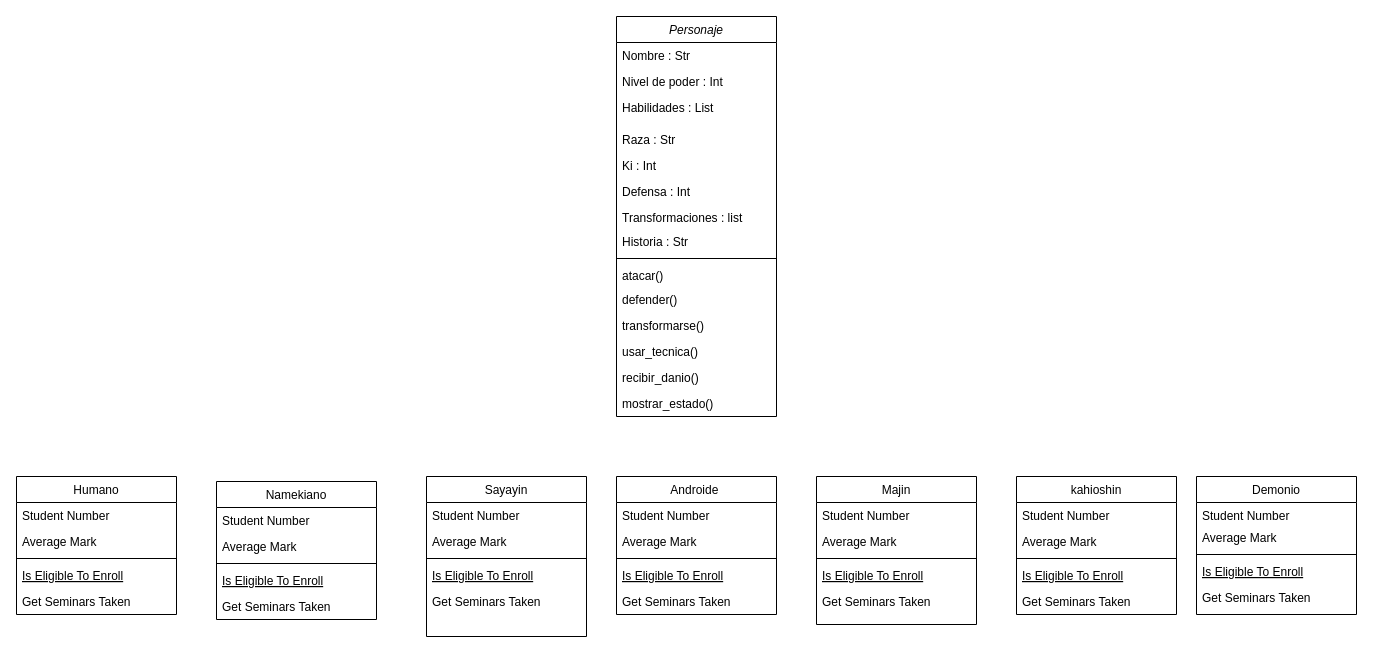
This is Diagrama de clases.drawio from MatyGonza/Trabajo-Practico-Estructura-de-datos, a draw.io file, before an edit. Source tidied: cells renumbered, new cells numbered last; positions are measured from the earlier drawing's top-left corner, leaving out a move shared by most shapes. Both pictures are drawn from the tidied source at 100%, with x=0, y=0 at pixel (16, 16).
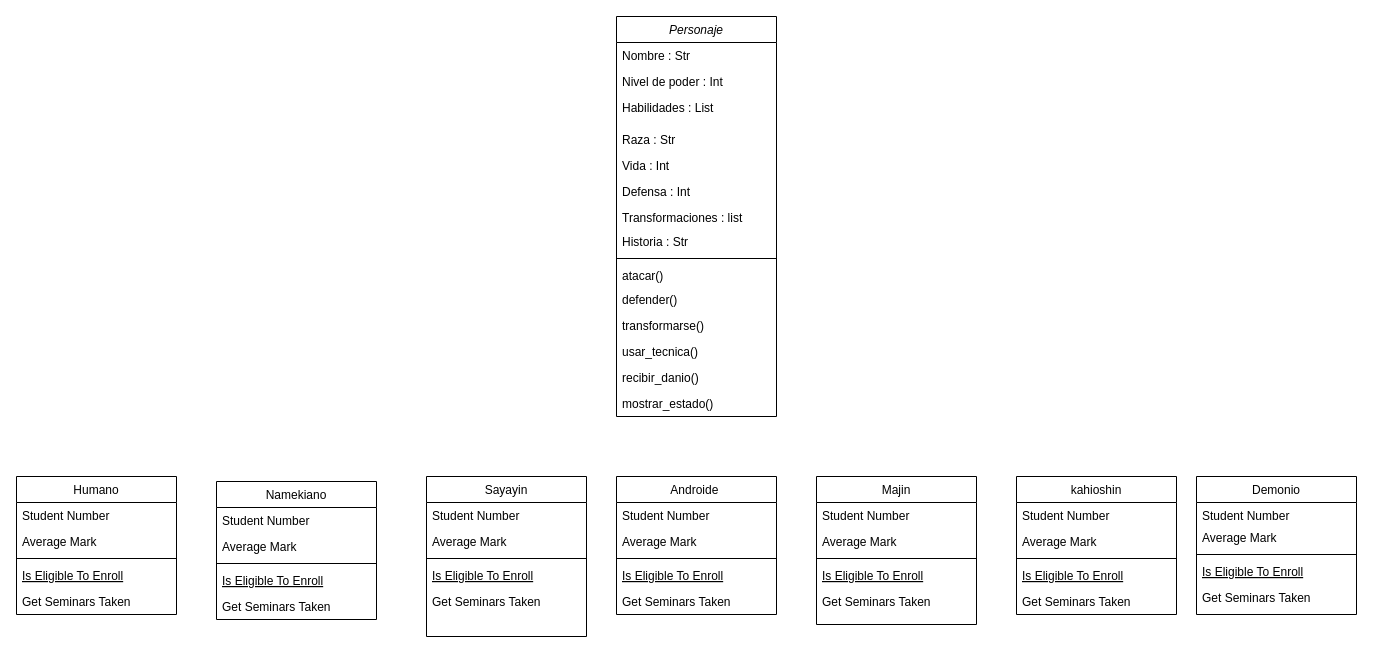
The same page after the edit.

The change refers to these unchanged cells:
```xml
<mxCell id="2" value="Personaje" style="swimlane;fontStyle=2;align=center;verticalAlign=top;horizontal=1;startSize=26;rounded=0;shadow=0;strokeWidth=1;" parent="1" vertex="1">
  <mxGeometry x="600" width="160" height="400" as="geometry" />
</mxCell>
```

Diff of the diagram source:
```diff
@@
-    <mxCell id="7" value="Ki : Int" style="text;align=left;verticalAlign=top;spacingLeft=4;spacingRight=4;overflow=hidden;" parent="2" vertex="1">
+    <mxCell id="7" value="Vida : Int" style="text;align=left;verticalAlign=top;spacingLeft=4;spacingRight=4;overflow=hidden;" parent="2" vertex="1">
       <mxGeometry y="136" width="160" height="26" as="geometry" />
     </mxCell>
```
